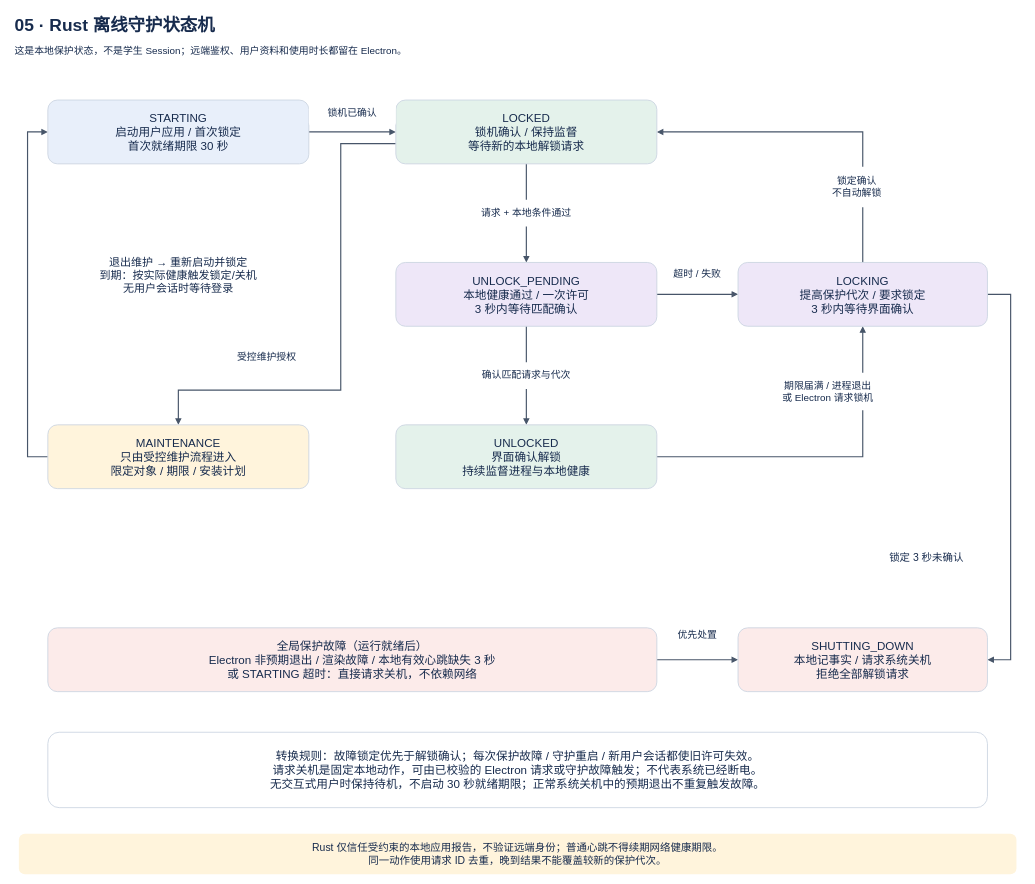
Earlier version of the draw.io diagram page "05 · Rust 离线守护状态机" (5 of 10) of docs/architecture.drawio (lmyzzzz/cyez-library-management). Source tidied: cells renumbered, new cells numbered last; positions are measured from the earlier drawing's top-left corner, leaving out a move shared by most shapes. Both pictures are drawn from the tidied source at 58%, with x=0, y=0 at pixel (10, 10).
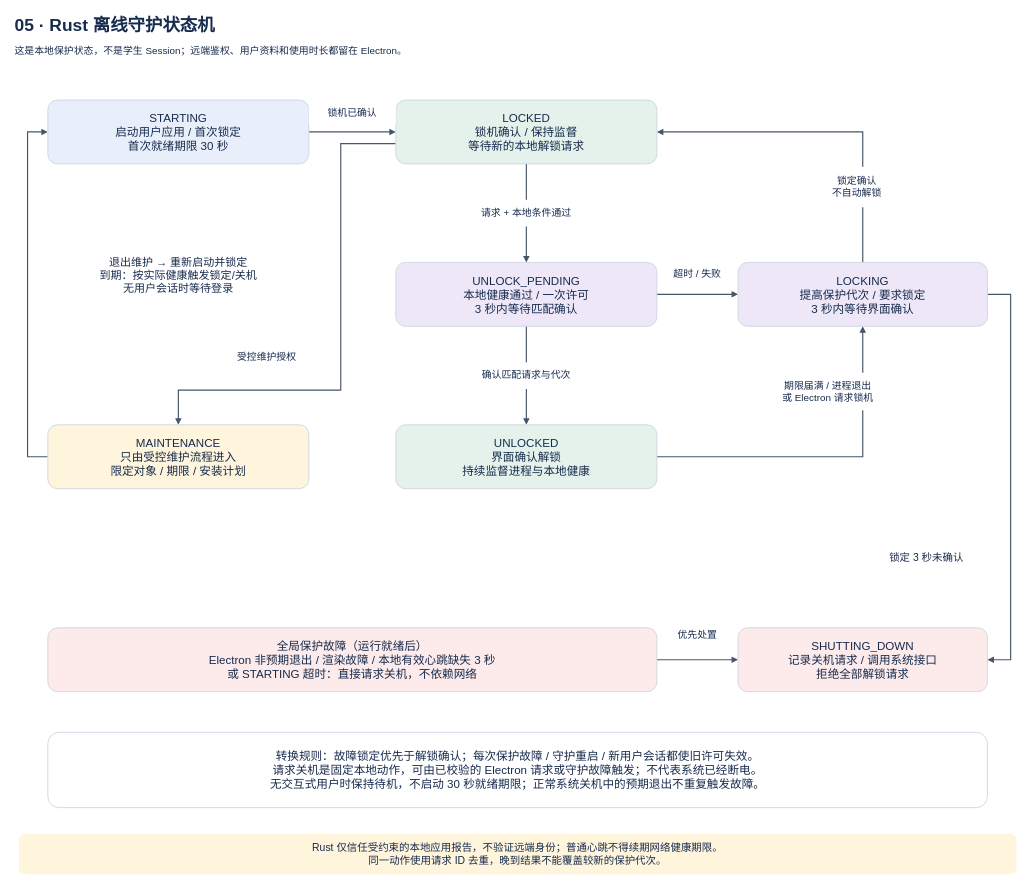
After the change.

Change to the diagram source:
```diff
@@
-    <mxCell id="20" value="SHUTTING_DOWN&#10;本地记事实 / 请求系统关机&#10;拒绝全部解锁请求" style="rounded=1;whiteSpace=wrap;html=0;fillColor=#fcebea;strokeColor=#cbd5e1;strokeWidth=1.5;fontColor=#172b4d;fontFamily=Microsoft YaHei;fontSize=20;fontStyle=0;align=center;verticalAlign=middle;spacing=8;" parent="1" vertex="1">
+    <mxCell id="20" value="SHUTTING_DOWN&#10;记录关机请求 / 调用系统接口&#10;拒绝全部解锁请求" style="rounded=1;whiteSpace=wrap;html=0;fillColor=#fcebea;strokeColor=#cbd5e1;strokeWidth=1.5;fontColor=#172b4d;fontFamily=Microsoft YaHei;fontSize=20;fontStyle=0;align=center;verticalAlign=middle;spacing=8;" parent="1" vertex="1">
       <mxGeometry x="1255" y="1065" width="430" height="110" as="geometry" />
     </mxCell>
```
